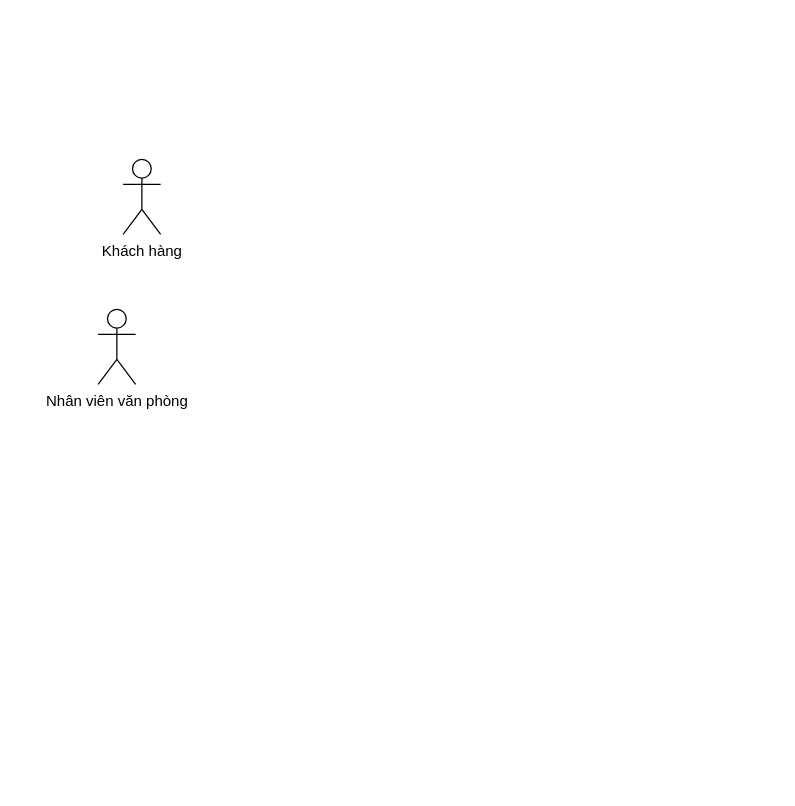
NgoAnhThanThien/thanthien123 keeps this draw.io diagram as Quanlydonhang)13_325.drawio. Above is the earlier version. Source tidied: cells renumbered, new cells numbered last; positions are measured from the earlier drawing's top-left corner, leaving out a move shared by most shapes. Both pictures are drawn from the tidied source at 125%, with x=0, y=0 at pixel (98, 159).
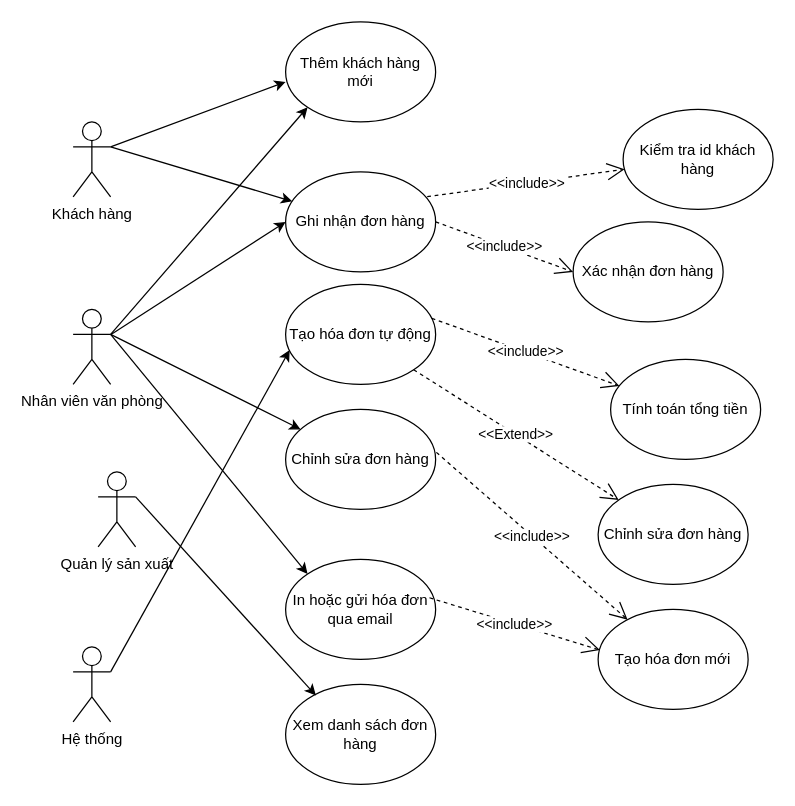
The same page after the edit.

What changed in the source:
```diff
@@
     <mxCell id="2" value="Khách hàng" style="shape=umlActor;verticalLabelPosition=bottom;verticalAlign=top;html=1;outlineConnect=0;" parent="1" vertex="1">
-      <mxGeometry x="20" width="30" height="60" as="geometry" />
+      <mxGeometry x="-20" y="-30" width="30" height="60" as="geometry" />
     </mxCell>
     <mxCell id="3" value="Nhân viên văn phòng" style="shape=umlActor;verticalLabelPosition=bottom;verticalAlign=top;html=1;outlineConnect=0;" parent="1" vertex="1">
-      <mxGeometry y="120" width="30" height="60" as="geometry" />
+      <mxGeometry x="-20" y="120" width="30" height="60" as="geometry" />
     </mxCell>
+    <mxCell id="4" value="Quản lý sản xuất" style="shape=umlActor;verticalLabelPosition=bottom;verticalAlign=top;html=1;outlineConnect=0;" parent="1" vertex="1">
+      <mxGeometry y="250" width="30" height="60" as="geometry" />
+    </mxCell>
+    <mxCell id="5" value="Hệ thống" style="shape=umlActor;verticalLabelPosition=bottom;verticalAlign=top;html=1;outlineConnect=0;" parent="1" vertex="1">
+      <mxGeometry x="-20" y="390" width="30" height="60" as="geometry" />
+    </mxCell>
+    <mxCell id="6" value="Thêm khách hàng mới" style="ellipse;whiteSpace=wrap;html=1;" parent="1" vertex="1">
+      <mxGeometry x="150" y="-110" width="120" height="80" as="geometry" />
+    </mxCell>
+    <mxCell id="7" value="Ghi nhận đơn hàng" style="ellipse;whiteSpace=wrap;html=1;" parent="1" vertex="1">
+      <mxGeometry x="150" y="10" width="120" height="80" as="geometry" />
+    </mxCell>
+    <mxCell id="8" value="Tạo hóa đơn tự động " style="ellipse;whiteSpace=wrap;html=1;" parent="1" vertex="1">
+      <mxGeometry x="150" y="100" width="120" height="80" as="geometry" />
+    </mxCell>
+    <mxCell id="9" value="Chỉnh sửa đơn hàng" style="ellipse;whiteSpace=wrap;html=1;" parent="1" vertex="1">
+      <mxGeometry x="150" y="200" width="120" height="80" as="geometry" />
+    </mxCell>
+    <mxCell id="10" value="In hoặc gửi hóa đơn qua email" style="ellipse;whiteSpace=wrap;html=1;" parent="1" vertex="1">
+      <mxGeometry x="150" y="320" width="120" height="80" as="geometry" />
+    </mxCell>
+    <mxCell id="11" value="Xem danh sách đơn hàng" style="ellipse;whiteSpace=wrap;html=1;" parent="1" vertex="1">
+      <mxGeometry x="150" y="420" width="120" height="80" as="geometry" />
+    </mxCell>
+    <mxCell id="12" style="endArrow=classic;html=1;rounded=0;exitX=1;exitY=0.3333333333333333;exitDx=0;exitDy=0;exitPerimeter=0;entryX=0;entryY=0.6;entryDx=0;entryDy=0;entryPerimeter=0;" parent="1" edge="1" source="2" target="6">
+      <mxGeometry relative="1" as="geometry" />
+    </mxCell>
+    <mxCell id="13" style="endArrow=classic;html=1;rounded=0;exitX=1;exitY=0.3333333333333333;exitDx=0;exitDy=0;exitPerimeter=0;" parent="1" edge="1" source="2" target="7">
+      <mxGeometry relative="1" as="geometry" />
+    </mxCell>
+    <mxCell id="14" style="endArrow=classic;html=1;rounded=0;exitX=1;exitY=0.3333333333333333;exitDx=0;exitDy=0;exitPerimeter=0;entryX=0;entryY=1;entryDx=0;entryDy=0;" parent="1" edge="1" source="3" target="6">
+      <mxGeometry relative="1" as="geometry" />
+    </mxCell>
+    <mxCell id="15" style="endArrow=classic;html=1;rounded=0;entryX=0;entryY=0.5;entryDx=0;entryDy=0;" parent="1" edge="1" source="3" target="7">
+      <mxGeometry relative="1" as="geometry" />
+    </mxCell>
+    <mxCell id="16" style="endArrow=classic;html=1;rounded=0;exitX=1;exitY=0.3333333333333333;exitDx=0;exitDy=0;exitPerimeter=0;" parent="1" edge="1" source="3" target="9">
+      <mxGeometry relative="1" as="geometry" />
+    </mxCell>
+    <mxCell id="17" style="endArrow=classic;html=1;rounded=0;exitX=1;exitY=0.3333333333333333;exitDx=0;exitDy=0;exitPerimeter=0;entryX=0;entryY=0;entryDx=0;entryDy=0;" parent="1" edge="1" source="3" target="10">
+      <mxGeometry relative="1" as="geometry" />
+    </mxCell>
+    <mxCell id="18" style="endArrow=classic;html=1;rounded=0;entryX=0.202;entryY=0.111;entryDx=0;entryDy=0;entryPerimeter=0;exitX=1;exitY=0.3333333333333333;exitDx=0;exitDy=0;exitPerimeter=0;" parent="1" edge="1" source="4" target="11">
+      <mxGeometry relative="1" as="geometry" />
+    </mxCell>
+    <mxCell id="19" style="endArrow=classic;html=1;rounded=0;entryX=0.027;entryY=0.657;entryDx=0;entryDy=0;entryPerimeter=0;exitX=1;exitY=0.3333333333333333;exitDx=0;exitDy=0;exitPerimeter=0;" parent="1" edge="1" source="5" target="8">
+      <mxGeometry relative="1" as="geometry" />
+    </mxCell>
+    <mxCell id="20" value="Kiểm tra id khách hàng" style="ellipse;whiteSpace=wrap;html=1;" parent="1" vertex="1">
+      <mxGeometry x="420" y="-40" width="120" height="80" as="geometry" />
+    </mxCell>
+    <mxCell id="21" value="&amp;lt;&amp;lt;include&amp;gt;&amp;gt;" style="endArrow=open;endSize=12;dashed=1;html=1;rounded=0;exitX=0.944;exitY=0.248;exitDx=0;exitDy=0;exitPerimeter=0;" parent="1" edge="1" source="7" target="20">
+      <mxGeometry relative="1" as="geometry" />
+    </mxCell>
+    <mxCell id="22" value="Xác nhận đơn hàng" style="ellipse;whiteSpace=wrap;html=1;" parent="1" vertex="1">
+      <mxGeometry x="380" y="50" width="120" height="80" as="geometry" />
+    </mxCell>
+    <mxCell id="23" value="&amp;lt;&amp;lt;include&amp;gt;&amp;gt;" style="endArrow=open;endSize=12;dashed=1;html=1;rounded=0;exitX=1;exitY=0.5;exitDx=0;exitDy=0;entryX=0;entryY=0.5;entryDx=0;entryDy=0;" parent="1" edge="1" source="7" target="22">
+      <mxGeometry relative="1" as="geometry" />
+    </mxCell>
+    <mxCell id="24" value="Tính toán tổng tiền" style="ellipse;whiteSpace=wrap;html=1;" parent="1" vertex="1">
+      <mxGeometry x="410" y="160" width="120" height="80" as="geometry" />
+    </mxCell>
+    <mxCell id="25" value="&amp;lt;&amp;lt;include&amp;gt;&amp;gt;" style="endArrow=open;endSize=12;dashed=1;html=1;rounded=0;exitX=0.974;exitY=0.339;exitDx=0;exitDy=0;exitPerimeter=0;" parent="1" edge="1" source="8" target="24">
+      <mxGeometry relative="1" as="geometry" />
+    </mxCell>
+    <mxCell id="26" value="&amp;lt;&amp;lt;Extend&amp;gt;&amp;gt;" style="endArrow=open;endSize=12;dashed=1;html=1;rounded=0;exitX=1;exitY=1;exitDx=0;exitDy=0;" parent="1" edge="1" source="8" target="27">
+      <mxGeometry relative="1" as="geometry" />
+    </mxCell>
+    <mxCell id="27" value="Chỉnh sửa đơn hàng" style="ellipse;whiteSpace=wrap;html=1;" parent="1" vertex="1">
+      <mxGeometry x="400" y="260" width="120" height="80" as="geometry" />
+    </mxCell>
+    <mxCell id="28" value="Tạo hóa đơn mới" style="ellipse;whiteSpace=wrap;html=1;" parent="1" vertex="1">
+      <mxGeometry x="400" y="360" width="120" height="80" as="geometry" />
+    </mxCell>
+    <mxCell id="29" value="&amp;lt;&amp;lt;include&amp;gt;&amp;gt;" style="endArrow=open;endSize=12;dashed=1;html=1;rounded=0;exitX=1.005;exitY=0.43;exitDx=0;exitDy=0;exitPerimeter=0;" parent="1" edge="1" source="9" target="28">
+      <mxGeometry relative="1" as="geometry" />
+    </mxCell>
+    <mxCell id="30" value="&amp;lt;&amp;lt;include&amp;gt;&amp;gt;" style="endArrow=open;endSize=12;dashed=1;html=1;rounded=0;exitX=0.959;exitY=0.384;exitDx=0;exitDy=0;exitPerimeter=0;entryX=0.012;entryY=0.407;entryDx=0;entryDy=0;entryPerimeter=0;" parent="1" edge="1" source="10" target="28">
+      <mxGeometry relative="1" as="geometry" />
+    </mxCell>
```
